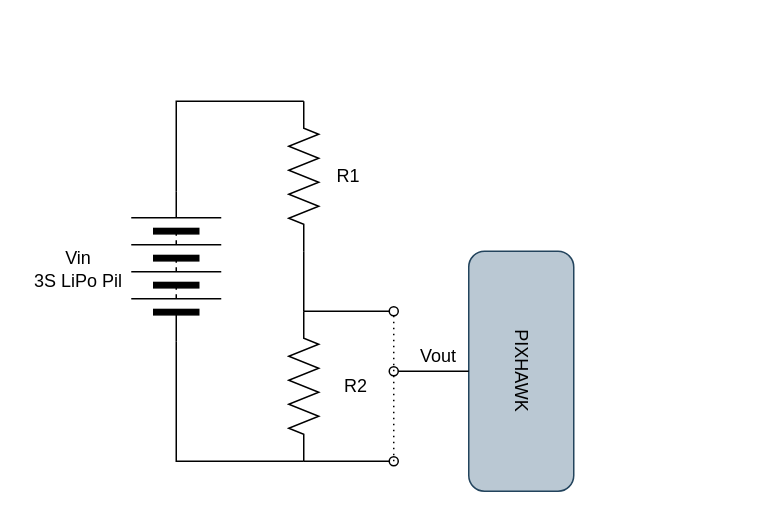
anilberg/My-Diagrams keeps this draw.io diagram as Model Satellite Diagrams/Voltage-Measurement.drawio. Above is the earlier version. Source tidied: cells renumbered, new cells numbered last; positions are measured from the earlier drawing's top-left corner, leaving out a move shared by most shapes. Both pictures are drawn from the tidied source at 150%, with x=0, y=0 at pixel (26, 100).
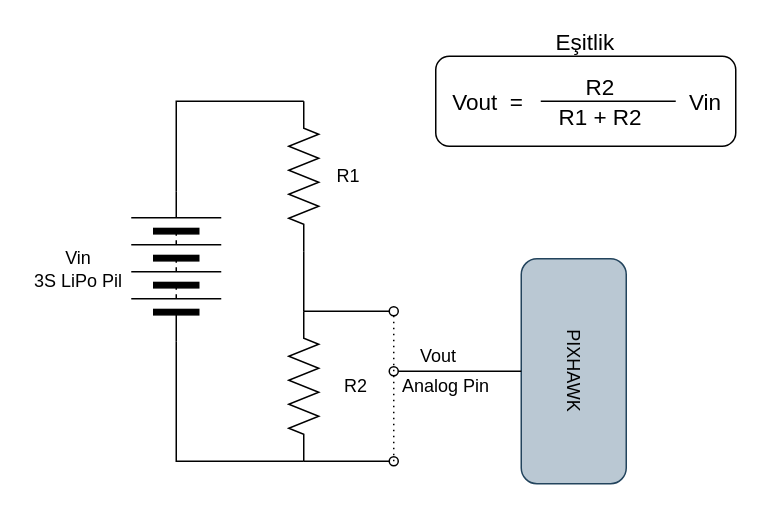
The same page after the edit.

What changed in the source:
```diff
@@
+    <mxCell id="18" style="rounded=1;whiteSpace=wrap;html=1;fillColor=none;" parent="1" vertex="1">
+      <mxGeometry x="273" y="-30" width="200" height="60" as="geometry" />
+    </mxCell>
@@
     <mxCell id="14" value="PIXHAWK" style="rounded=1;whiteSpace=wrap;html=1;rotation=90;fillColor=#bac8d3;strokeColor=#23445d;" parent="1" vertex="1">
-      <mxGeometry x="250" y="145" width="160" height="70" as="geometry" />
+      <mxGeometry x="290" y="145" width="150" height="70" as="geometry" />
     </mxCell>
@@
+    <mxCell id="19" value="&lt;font style=&quot;font-size: 15px&quot;&gt;Vout&amp;nbsp; =&lt;/font&gt;" style="text;html=1;strokeColor=none;fillColor=none;align=center;verticalAlign=middle;whiteSpace=wrap;rounded=0;" parent="1" vertex="1">
+      <mxGeometry x="265" y="-20" width="86" height="40" as="geometry" />
+    </mxCell>
+    <mxCell id="20" value="&lt;font style=&quot;font-size: 15px&quot;&gt;R1 + R2&lt;/font&gt;" style="text;html=1;strokeColor=none;fillColor=none;align=center;verticalAlign=middle;whiteSpace=wrap;rounded=0;" parent="1" vertex="1">
+      <mxGeometry x="343" width="80" height="20" as="geometry" />
+    </mxCell>
+    <mxCell id="21" value="&lt;font style=&quot;font-size: 15px&quot;&gt;R2&lt;/font&gt;" style="text;html=1;strokeColor=none;fillColor=none;align=center;verticalAlign=middle;whiteSpace=wrap;rounded=0;" parent="1" vertex="1">
+      <mxGeometry x="363" y="-20" width="40" height="20" as="geometry" />
+    </mxCell>
+    <mxCell id="22" style="endArrow=none;html=1;strokeWidth=1;exitX=0;exitY=0;exitDx=0;exitDy=0;" parent="1" edge="1" source="20">
+      <mxGeometry relative="1" as="geometry">
+        <mxPoint x="433" as="targetPoint" />
+      </mxGeometry>
+    </mxCell>
+    <mxCell id="23" value="&lt;font style=&quot;font-size: 15px&quot;&gt;Vin&lt;/font&gt;" style="text;html=1;strokeColor=none;fillColor=none;align=center;verticalAlign=middle;whiteSpace=wrap;rounded=0;" parent="1" vertex="1">
+      <mxGeometry x="433" y="-10" width="40" height="20" as="geometry" />
+    </mxCell>
+    <mxCell id="24" value="&lt;font style=&quot;font-size: 15px&quot;&gt;Eşitlik&lt;/font&gt;" style="text;html=1;strokeColor=none;fillColor=none;align=center;verticalAlign=middle;whiteSpace=wrap;rounded=0;" parent="1" vertex="1">
+      <mxGeometry x="338" y="-50" width="70" height="20" as="geometry" />
+    </mxCell>
+    <mxCell id="25" value="Analog Pin" style="text;html=1;strokeColor=none;fillColor=none;align=center;verticalAlign=middle;whiteSpace=wrap;rounded=0;" parent="1" vertex="1">
+      <mxGeometry x="240" y="180" width="80" height="20" as="geometry" />
+    </mxCell>
```
